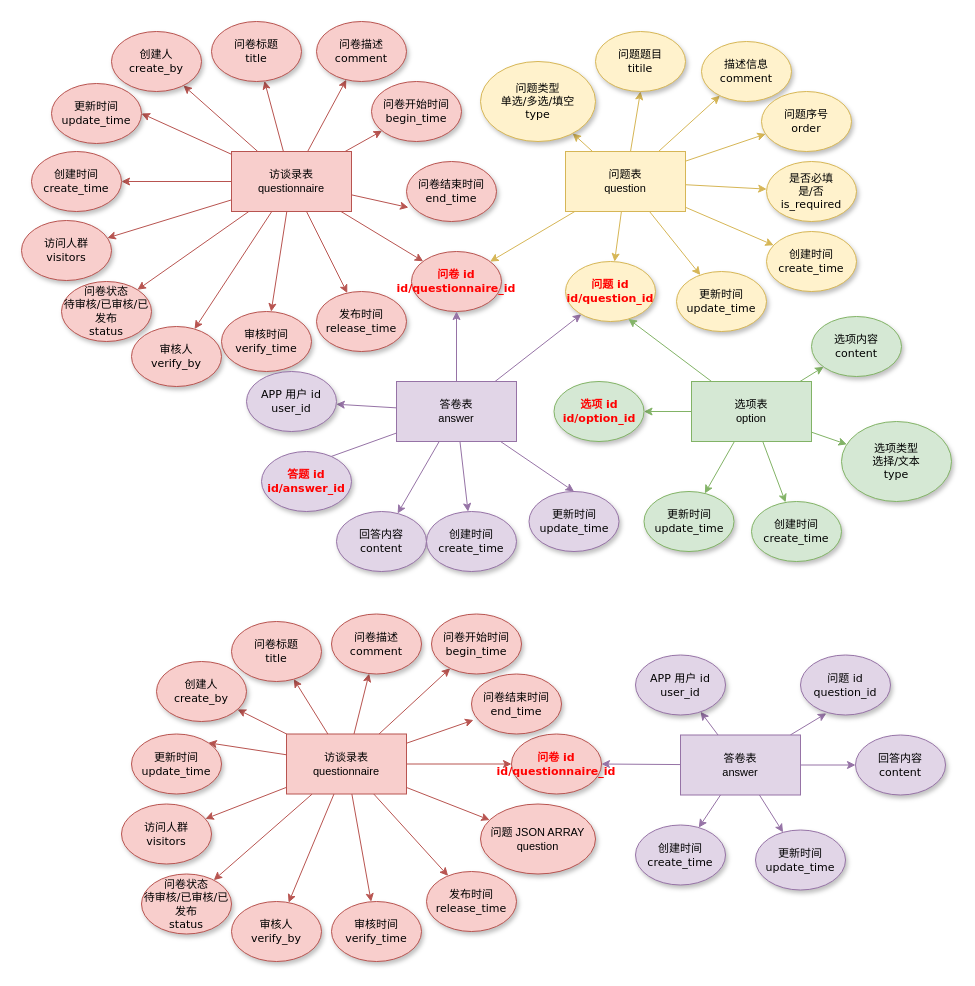
This is 访谈录ER.drawio from Eurkon/Diagrams, a draw.io file, before an edit. Source tidied: cells renumbered, new cells numbered last; positions are measured from the earlier drawing's top-left corner, leaving out a move shared by most shapes. Both pictures are drawn from the tidied source at 100%, with x=0, y=0 at pixel (21, 21).
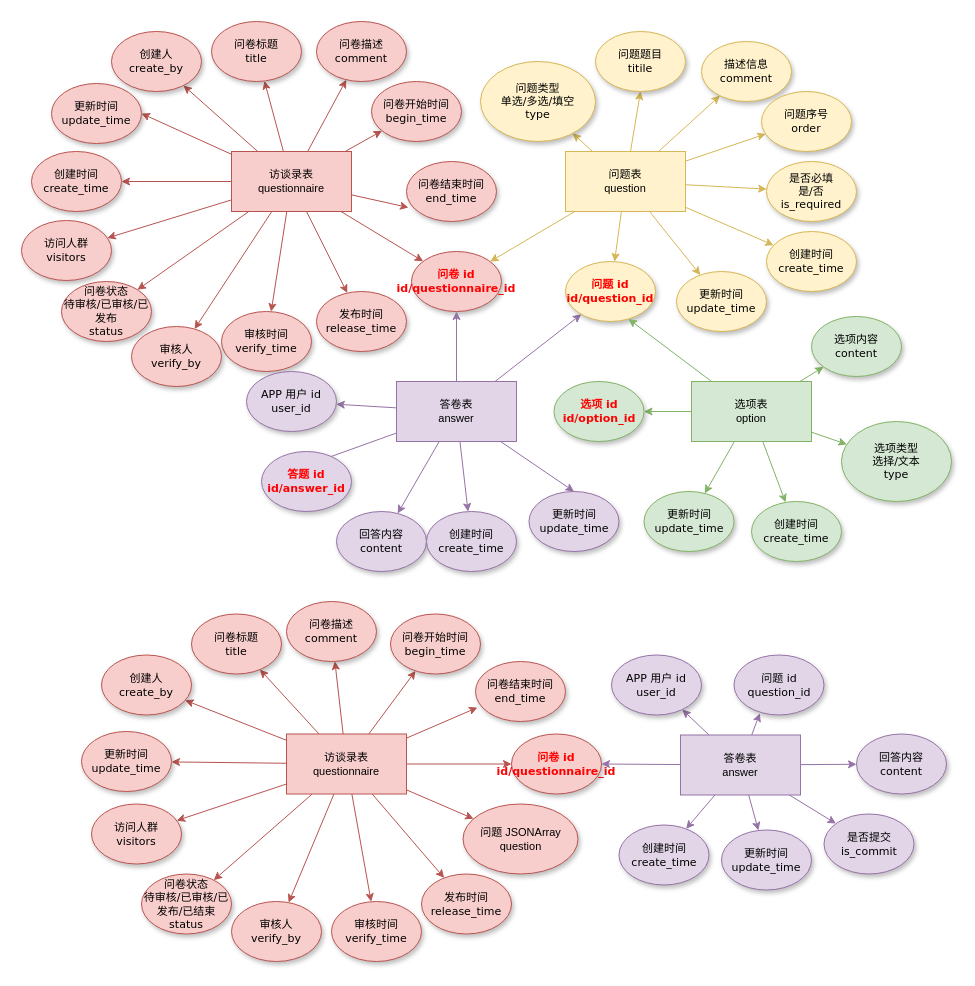
The same page after the edit.

Commit message:
更新访谈录ER.drawio

The change refers to these unchanged cells:
```xml
<mxCell id="84" value="访谈录表&lt;br style=&quot;font-size: 11px;&quot;&gt;questionnaire" style="rounded=0;whiteSpace=wrap;html=1;fontSize=11;fillColor=#f8cecc;strokeColor=#b85450;" parent="1" vertex="1">
  <mxGeometry x="265" y="712.5" width="120" height="60" as="geometry" />
</mxCell>
<mxCell id="91" value="答卷表&lt;br style=&quot;font-size: 11px;&quot;&gt;answer" style="rounded=0;whiteSpace=wrap;html=1;fontSize=11;fillColor=#e1d5e7;strokeColor=#9673a6;" parent="1" vertex="1">
  <mxGeometry x="659" y="713.5" width="120" height="60" as="geometry" />
</mxCell>
```

What changed in the source:
```diff
@@
-    <mxCell id="78" style="edgeStyle=none;rounded=0;jettySize=auto;html=1;entryX=1;entryY=0;entryDx=0;entryDy=0;fillColor=#f8cecc;strokeColor=#b85450;fontSize=11;" parent="1" edge="1" source="84" target="101">
+    <mxCell id="78" style="edgeStyle=none;rounded=0;jettySize=auto;html=1;fillColor=#f8cecc;strokeColor=#b85450;fontSize=11;" parent="1" edge="1" source="84" target="101">
       <mxGeometry relative="1" as="geometry" />
     </mxCell>
@@
+    <mxCell id="112" style="rounded=0;jettySize=auto;html=1;fillColor=#e1d5e7;strokeColor=#9673a6;" parent="1" edge="1" source="91" target="113">
+      <mxGeometry relative="1" as="geometry" />
+    </mxCell>
@@
-    <mxCell id="92" value="问卷状态&lt;br style=&quot;font-size: 11px&quot;&gt;待审核/已审核/已发布&lt;br&gt;&lt;span style=&quot;font-size: 11px&quot;&gt;status&lt;/span&gt;" style="ellipse;whiteSpace=wrap;html=1;rounded=0;shadow=1;comic=0;labelBackgroundColor=none;strokeWidth=1;fontFamily=Verdana;fontSize=11;align=center;fillColor=#f8cecc;strokeColor=#b85450;" parent="1" vertex="1">
+    <mxCell id="92" value="问卷状态&lt;br style=&quot;font-size: 11px&quot;&gt;待审核/已审核/已发布/已结束&lt;br&gt;&lt;span style=&quot;font-size: 11px&quot;&gt;status&lt;/span&gt;" style="ellipse;whiteSpace=wrap;html=1;rounded=0;shadow=1;comic=0;labelBackgroundColor=none;strokeWidth=1;fontFamily=Verdana;fontSize=11;align=center;fillColor=#f8cecc;strokeColor=#b85450;" parent="1" vertex="1">
       <mxGeometry x="120" y="852.5" width="90" height="60" as="geometry" />
     </mxCell>
     <mxCell id="93" value="发布时间&lt;br style=&quot;font-size: 11px;&quot;&gt;release_time" style="ellipse;whiteSpace=wrap;html=1;rounded=0;shadow=1;comic=0;labelBackgroundColor=none;strokeWidth=1;fontFamily=Verdana;fontSize=11;align=center;fillColor=#f8cecc;strokeColor=#b85450;" parent="1" vertex="1">
-      <mxGeometry x="405" y="850" width="90" height="60" as="geometry" />
+      <mxGeometry x="400" y="852.5" width="90" height="60" as="geometry" />
     </mxCell>
@@
     <mxCell id="95" value="回答内容&lt;br&gt;content" style="ellipse;whiteSpace=wrap;html=1;rounded=0;shadow=1;comic=0;labelBackgroundColor=none;strokeWidth=1;fontFamily=Verdana;fontSize=11;align=center;fillColor=#e1d5e7;strokeColor=#9673a6;" parent="1" vertex="1">
-      <mxGeometry x="834" y="713.5" width="90" height="60" as="geometry" />
+      <mxGeometry x="835" y="712.5" width="90" height="60" as="geometry" />
     </mxCell>
     <mxCell id="96" value="问卷开始时间&lt;br style=&quot;font-size: 11px;&quot;&gt;begin_time" style="ellipse;whiteSpace=wrap;html=1;rounded=0;shadow=1;comic=0;labelBackgroundColor=none;strokeWidth=1;fontFamily=Verdana;fontSize=11;align=center;fillColor=#f8cecc;strokeColor=#b85450;" parent="1" vertex="1">
-      <mxGeometry x="410" y="592.5" width="90" height="60" as="geometry" />
+      <mxGeometry x="369" y="592.5" width="90" height="60" as="geometry" />
     </mxCell>
     <mxCell id="97" value="APP 用户 id&lt;br style=&quot;font-size: 11px&quot;&gt;user_id" style="ellipse;whiteSpace=wrap;html=1;rounded=0;shadow=1;comic=0;labelBackgroundColor=none;strokeWidth=1;fontFamily=Verdana;fontSize=11;align=center;fillColor=#e1d5e7;strokeColor=#9673a6;" parent="1" vertex="1">
-      <mxGeometry x="614" y="633.5" width="90" height="60" as="geometry" />
+      <mxGeometry x="590" y="633.5" width="90" height="60" as="geometry" />
     </mxCell>
     <mxCell id="98" value="问卷描述&lt;br style=&quot;font-size: 11px;&quot;&gt;comment" style="ellipse;whiteSpace=wrap;html=1;rounded=0;shadow=1;comic=0;labelBackgroundColor=none;strokeWidth=1;fontFamily=Verdana;fontSize=11;align=center;fillColor=#f8cecc;strokeColor=#b85450;" parent="1" vertex="1">
-      <mxGeometry x="310" y="592.5" width="90" height="60" as="geometry" />
+      <mxGeometry x="265" y="580" width="90" height="60" as="geometry" />
     </mxCell>
     <mxCell id="99" value="问卷结束时间&lt;br style=&quot;font-size: 11px;&quot;&gt;end_time" style="ellipse;whiteSpace=wrap;html=1;rounded=0;shadow=1;comic=0;labelBackgroundColor=none;strokeWidth=1;fontFamily=Verdana;fontSize=11;align=center;fillColor=#f8cecc;strokeColor=#b85450;" parent="1" vertex="1">
-      <mxGeometry x="450" y="652.5" width="90" height="60" as="geometry" />
+      <mxGeometry x="454" y="640" width="90" height="60" as="geometry" />
     </mxCell>
     <mxCell id="100" value="问卷标题&lt;br style=&quot;font-size: 11px;&quot;&gt;title" style="ellipse;whiteSpace=wrap;html=1;rounded=0;shadow=1;comic=0;labelBackgroundColor=none;strokeWidth=1;fontFamily=Verdana;fontSize=11;align=center;fillColor=#f8cecc;strokeColor=#b85450;" parent="1" vertex="1">
-      <mxGeometry x="210" y="600" width="90" height="60" as="geometry" />
+      <mxGeometry x="170" y="592.5" width="90" height="60" as="geometry" />
     </mxCell>
     <mxCell id="101" value="更新时间&lt;br style=&quot;font-size: 11px;&quot;&gt;update_time" style="ellipse;whiteSpace=wrap;html=1;rounded=0;shadow=1;comic=0;labelBackgroundColor=none;strokeWidth=1;fontFamily=Verdana;fontSize=11;align=center;fillColor=#f8cecc;strokeColor=#b85450;" parent="1" vertex="1">
-      <mxGeometry x="110" y="712.5" width="90" height="60" as="geometry" />
+      <mxGeometry x="60" y="710" width="90" height="60" as="geometry" />
     </mxCell>
     <mxCell id="102" value="更新时间&lt;br&gt;update_time" style="ellipse;whiteSpace=wrap;html=1;rounded=0;shadow=1;comic=0;labelBackgroundColor=none;strokeWidth=1;fontFamily=Verdana;fontSize=11;align=center;fillColor=#e1d5e7;strokeColor=#9673a6;" parent="1" vertex="1">
-      <mxGeometry x="734" y="808.5" width="90" height="60" as="geometry" />
+      <mxGeometry x="700" y="808.5" width="90" height="60" as="geometry" />
     </mxCell>
     <mxCell id="103" value="创建时间&lt;br&gt;create_time" style="ellipse;whiteSpace=wrap;html=1;rounded=0;shadow=1;comic=0;labelBackgroundColor=none;strokeWidth=1;fontFamily=Verdana;fontSize=11;align=center;fillColor=#e1d5e7;strokeColor=#9673a6;" parent="1" vertex="1">
-      <mxGeometry x="614" y="803.5" width="90" height="60" as="geometry" />
+      <mxGeometry x="597.5" y="803.5" width="90" height="60" as="geometry" />
     </mxCell>
     <mxCell id="104" value="创建人&lt;br style=&quot;font-size: 11px&quot;&gt;create_by" style="ellipse;whiteSpace=wrap;html=1;rounded=0;shadow=1;comic=0;labelBackgroundColor=none;strokeWidth=1;fontFamily=Verdana;fontSize=11;align=center;fillColor=#f8cecc;strokeColor=#b85450;" parent="1" vertex="1">
-      <mxGeometry x="135" y="640" width="90" height="60" as="geometry" />
+      <mxGeometry x="80" y="633.5" width="90" height="60" as="geometry" />
     </mxCell>
-    <mxCell id="105" value="&lt;span style=&quot;font-family: &amp;#34;helvetica&amp;#34;&quot;&gt;问题 JSON ARRAY&lt;/span&gt;&lt;br style=&quot;font-family: &amp;#34;helvetica&amp;#34;&quot;&gt;&lt;span style=&quot;font-family: &amp;#34;helvetica&amp;#34;&quot;&gt;question&lt;/span&gt;" style="ellipse;whiteSpace=wrap;html=1;rounded=0;shadow=1;comic=0;labelBackgroundColor=none;strokeWidth=1;fontFamily=Verdana;fontSize=11;align=center;fillColor=#f8cecc;strokeColor=#b85450;" parent="1" vertex="1">
-      <mxGeometry x="459" y="782.5" width="115" height="70" as="geometry" />
+    <mxCell id="105" value="&lt;span style=&quot;font-family: &amp;#34;helvetica&amp;#34;&quot;&gt;问题 JSONArray&lt;/span&gt;&lt;br style=&quot;font-family: &amp;#34;helvetica&amp;#34;&quot;&gt;&lt;span style=&quot;font-family: &amp;#34;helvetica&amp;#34;&quot;&gt;question&lt;/span&gt;" style="ellipse;whiteSpace=wrap;html=1;rounded=0;shadow=1;comic=0;labelBackgroundColor=none;strokeWidth=1;fontFamily=Verdana;fontSize=11;align=center;fillColor=#f8cecc;strokeColor=#b85450;" parent="1" vertex="1">
+      <mxGeometry x="441.5" y="782.5" width="115" height="70" as="geometry" />
     </mxCell>
     <mxCell id="106" value="问题 id&lt;br style=&quot;font-size: 11px&quot;&gt;question_id" style="ellipse;whiteSpace=wrap;html=1;rounded=0;shadow=1;comic=0;labelBackgroundColor=none;strokeWidth=1;fontFamily=Verdana;fontSize=11;align=center;fillColor=#e1d5e7;strokeColor=#9673a6;" parent="1" vertex="1">
-      <mxGeometry x="779" y="633.5" width="90" height="60" as="geometry" />
+      <mxGeometry x="712.5" y="633.5" width="90" height="60" as="geometry" />
     </mxCell>
@@
     <mxCell id="109" value="访问人群&lt;br&gt;&lt;span style=&quot;font-size: 11px&quot;&gt;visitors&lt;/span&gt;" style="ellipse;whiteSpace=wrap;html=1;rounded=0;shadow=1;comic=0;labelBackgroundColor=none;strokeWidth=1;fontFamily=Verdana;fontSize=11;align=center;fillColor=#f8cecc;strokeColor=#b85450;" parent="1" vertex="1">
-      <mxGeometry x="100" y="782.5" width="90" height="60" as="geometry" />
+      <mxGeometry x="70" y="782.5" width="90" height="60" as="geometry" />
     </mxCell>
@@
+    <mxCell id="113" value="是否提交&lt;br&gt;is_commit" style="ellipse;whiteSpace=wrap;html=1;rounded=0;shadow=1;comic=0;labelBackgroundColor=none;strokeWidth=1;fontFamily=Verdana;fontSize=11;align=center;fillColor=#e1d5e7;strokeColor=#9673a6;" parent="1" vertex="1">
+      <mxGeometry x="802.5" y="792.5" width="90" height="60" as="geometry" />
+    </mxCell>
```
